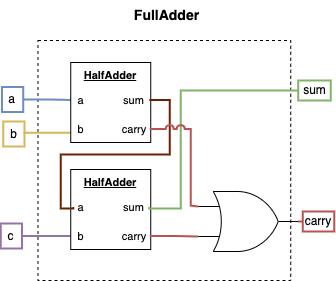
This is course1/project2/diagrams/fulladder.png from pwbrown/nand2tetris, a draw.io export, as it was before one commit. Source tidied: cells renumbered, new cells last; positions are measured from the earlier drawing's top-left corner, leaving out a move shared by most shapes. The source it was exported from:
```xml
<mxGraphModel>
  <root>
    <mxCell id="0" />
    <mxCell id="1" parent="0" />
    <mxCell id="2" value="&lt;font style=&quot;font-size: 14px;&quot;&gt;&lt;b&gt;FullAdder&lt;/b&gt;&lt;/font&gt;" style="text;html=1;align=center;verticalAlign=middle;whiteSpace=wrap;rounded=0;" parent="1" vertex="1">
      <mxGeometry x="119" width="95" height="30" as="geometry" />
    </mxCell>
    <mxCell id="3" style="rounded=0;whiteSpace=wrap;html=1;dashed=1;" parent="1" vertex="1">
      <mxGeometry x="37.5" y="40" width="252.8" height="240" as="geometry" />
    </mxCell>
    <mxCell id="4" style="edgeStyle=orthogonalEdgeStyle;shape=connector;rounded=0;jettySize=auto;html=1;exitX=1;exitY=0.5;exitDx=0;exitDy=0;entryX=0;entryY=0.75;entryDx=0;entryDy=0;strokeColor=#d6b656;align=center;verticalAlign=middle;fontFamily=Helvetica;fontSize=11;fontColor=default;labelBackgroundColor=default;startFill=0;endArrow=none;fillColor=#fff2cc;strokeWidth=2;" parent="1" edge="1" source="5" target="16">
      <mxGeometry relative="1" as="geometry">
        <Array as="points">
          <mxPoint x="24.2" y="132" />
        </Array>
      </mxGeometry>
    </mxCell>
    <mxCell id="5" value="b" style="text;html=1;align=center;verticalAlign=middle;whiteSpace=wrap;rounded=0;fillColor=none;strokeColor=#d6b656;strokeWidth=2;" parent="1" vertex="1">
      <mxGeometry x="2.7" y="121" width="21.2" height="25" as="geometry" />
    </mxCell>
    <mxCell id="6" value="sum" style="text;html=1;align=center;verticalAlign=middle;whiteSpace=wrap;rounded=0;fillColor=none;strokeColor=#82b366;strokeWidth=2;" parent="1" vertex="1">
      <mxGeometry x="297.7" y="80" width="32.5" height="20" as="geometry" />
    </mxCell>
    <mxCell id="7" style="edgeStyle=orthogonalEdgeStyle;shape=connector;rounded=0;orthogonalLoop=1;jettySize=auto;html=1;exitX=1;exitY=0.5;exitDx=0;exitDy=0;exitPerimeter=0;entryX=0;entryY=0.75;entryDx=0;entryDy=0;entryPerimeter=0;strokeColor=default;align=center;verticalAlign=middle;fontFamily=Helvetica;fontSize=11;fontColor=default;labelBackgroundColor=default;startFill=0;endArrow=none;" parent="1" edge="1">
      <mxGeometry relative="1" as="geometry">
        <mxPoint x="186.9" y="75" as="sourcePoint" />
        <mxPoint x="186.9" y="75" as="targetPoint" />
      </mxGeometry>
    </mxCell>
    <mxCell id="8" value="carry" style="text;html=1;align=center;verticalAlign=middle;whiteSpace=wrap;rounded=0;fillColor=none;strokeColor=#b85450;strokeWidth=2;" parent="1" vertex="1">
      <mxGeometry x="302.3" y="211" width="31.5" height="20" as="geometry" />
    </mxCell>
    <mxCell id="9" style="edgeStyle=orthogonalEdgeStyle;shape=connector;rounded=0;jettySize=auto;html=1;exitX=1;exitY=0.5;exitDx=0;exitDy=0;entryX=0;entryY=0.5;entryDx=0;entryDy=0;strokeColor=#6c8ebf;align=center;verticalAlign=middle;fontFamily=Helvetica;fontSize=11;fontColor=default;labelBackgroundColor=default;startFill=0;endArrow=none;fillColor=#dae8fc;strokeWidth=2;" parent="1" edge="1" source="10" target="15">
      <mxGeometry relative="1" as="geometry" />
    </mxCell>
    <mxCell id="10" value="a" style="text;html=1;align=center;verticalAlign=middle;whiteSpace=wrap;rounded=0;fillColor=none;strokeColor=#6c8ebf;strokeWidth=2;" parent="1" vertex="1">
      <mxGeometry x="1.5" y="86.5" width="21.2" height="25" as="geometry" />
    </mxCell>
    <mxCell id="11" style="edgeStyle=orthogonalEdgeStyle;shape=connector;rounded=0;jettySize=auto;html=1;exitX=1;exitY=0.5;exitDx=0;exitDy=0;entryX=0;entryY=0.5;entryDx=0;entryDy=0;strokeColor=#9673a6;align=center;verticalAlign=middle;fontFamily=Helvetica;fontSize=11;fontColor=default;labelBackgroundColor=default;startFill=0;endArrow=none;fillColor=#e1d5e7;strokeWidth=2;" parent="1" edge="1" source="12" target="22">
      <mxGeometry relative="1" as="geometry" />
    </mxCell>
    <mxCell id="12" value="c" style="text;html=1;align=center;verticalAlign=middle;whiteSpace=wrap;rounded=0;fillColor=none;strokeColor=#9673a6;strokeWidth=2;" parent="1" vertex="1">
      <mxGeometry x="0.2" y="223" width="21.2" height="25" as="geometry" />
    </mxCell>
    <mxCell id="13" style="group;fontFamily=Helvetica;fontSize=11;fontColor=default;labelBackgroundColor=default;" parent="1" vertex="1">
      <mxGeometry x="70.2" y="62" width="80" height="80" as="geometry" />
    </mxCell>
    <mxCell id="14" value="&lt;b&gt;&lt;u&gt;HalfAdder&lt;/u&gt;&lt;/b&gt;" style="whiteSpace=wrap;html=1;fontFamily=Helvetica;fontSize=11;fontColor=default;labelBackgroundColor=default;verticalAlign=top;" parent="13" vertex="1">
      <mxGeometry width="80" height="80" as="geometry" />
    </mxCell>
    <mxCell id="15" value="a" style="text;html=1;align=center;verticalAlign=middle;whiteSpace=wrap;rounded=0;fontFamily=Helvetica;fontSize=11;fontColor=default;labelBackgroundColor=default;" parent="13" vertex="1">
      <mxGeometry x="2.5" y="30" width="14.9" height="15" as="geometry" />
    </mxCell>
    <mxCell id="16" value="b" style="text;html=1;align=center;verticalAlign=middle;whiteSpace=wrap;rounded=0;fontFamily=Helvetica;fontSize=11;fontColor=default;labelBackgroundColor=default;" parent="13" vertex="1">
      <mxGeometry x="2.5" y="59" width="14.9" height="15" as="geometry" />
    </mxCell>
    <mxCell id="17" value="carry" style="text;html=1;align=center;verticalAlign=middle;whiteSpace=wrap;rounded=0;fontFamily=Helvetica;fontSize=11;fontColor=default;labelBackgroundColor=default;" parent="13" vertex="1">
      <mxGeometry x="49" y="59" width="30" height="15" as="geometry" />
    </mxCell>
    <mxCell id="18" value="sum" style="text;html=1;align=center;verticalAlign=middle;whiteSpace=wrap;rounded=0;fontFamily=Helvetica;fontSize=11;fontColor=default;labelBackgroundColor=default;" parent="13" vertex="1">
      <mxGeometry x="48" y="30" width="30.6" height="15" as="geometry" />
    </mxCell>
    <mxCell id="19" style="group;fontFamily=Helvetica;fontSize=11;fontColor=default;labelBackgroundColor=default;" parent="1" vertex="1">
      <mxGeometry x="70.2" y="169" width="80" height="80" as="geometry" />
    </mxCell>
    <mxCell id="20" value="&lt;b&gt;&lt;u&gt;HalfAdder&lt;/u&gt;&lt;/b&gt;" style="whiteSpace=wrap;html=1;fontFamily=Helvetica;fontSize=11;fontColor=default;labelBackgroundColor=default;verticalAlign=top;" parent="19" vertex="1">
      <mxGeometry width="80" height="80" as="geometry" />
    </mxCell>
    <mxCell id="21" value="a" style="text;html=1;align=center;verticalAlign=middle;whiteSpace=wrap;rounded=0;fontFamily=Helvetica;fontSize=11;fontColor=default;labelBackgroundColor=default;" parent="19" vertex="1">
      <mxGeometry x="2.5" y="30" width="14.9" height="15" as="geometry" />
    </mxCell>
    <mxCell id="22" value="b" style="text;html=1;align=center;verticalAlign=middle;whiteSpace=wrap;rounded=0;fontFamily=Helvetica;fontSize=11;fontColor=default;labelBackgroundColor=default;" parent="19" vertex="1">
      <mxGeometry x="2.5" y="59" width="14.9" height="15" as="geometry" />
    </mxCell>
    <mxCell id="23" value="carry" style="text;html=1;align=center;verticalAlign=middle;whiteSpace=wrap;rounded=0;fontFamily=Helvetica;fontSize=11;fontColor=default;labelBackgroundColor=default;" parent="19" vertex="1">
      <mxGeometry x="49" y="59" width="30" height="15" as="geometry" />
    </mxCell>
    <mxCell id="24" value="sum" style="text;html=1;align=center;verticalAlign=middle;whiteSpace=wrap;rounded=0;fontFamily=Helvetica;fontSize=11;fontColor=default;labelBackgroundColor=default;" parent="19" vertex="1">
      <mxGeometry x="48" y="30" width="30.6" height="15" as="geometry" />
    </mxCell>
    <mxCell id="25" style="edgeStyle=orthogonalEdgeStyle;shape=connector;rounded=0;jettySize=auto;html=1;exitX=1;exitY=0.5;exitDx=0;exitDy=0;entryX=0;entryY=0.5;entryDx=0;entryDy=0;strokeColor=#6D1F00;align=center;verticalAlign=middle;fontFamily=Helvetica;fontSize=11;fontColor=default;labelBackgroundColor=default;startFill=0;endArrow=none;fillColor=#a0522d;strokeWidth=2;" parent="1" edge="1" source="18" target="21">
      <mxGeometry relative="1" as="geometry">
        <Array as="points">
          <mxPoint x="169.2" y="100" />
          <mxPoint x="169.2" y="154" />
          <mxPoint x="60.2" y="154" />
          <mxPoint x="60.2" y="208" />
        </Array>
      </mxGeometry>
    </mxCell>
    <mxCell id="26" style="edgeStyle=orthogonalEdgeStyle;shape=connector;rounded=0;jettySize=auto;html=1;exitX=1;exitY=0.5;exitDx=0;exitDy=0;entryX=0;entryY=0.5;entryDx=0;entryDy=0;strokeColor=#82b366;align=center;verticalAlign=middle;fontFamily=Helvetica;fontSize=11;fontColor=default;labelBackgroundColor=default;startFill=0;endArrow=none;fillColor=#d5e8d4;strokeWidth=2;" parent="1" edge="1" source="24" target="6">
      <mxGeometry relative="1" as="geometry">
        <Array as="points">
          <mxPoint x="149.2" y="208" />
          <mxPoint x="180.2" y="208" />
          <mxPoint x="180.2" y="90" />
        </Array>
      </mxGeometry>
    </mxCell>
    <mxCell id="27" style="edgeStyle=orthogonalEdgeStyle;shape=connector;rounded=0;jettySize=auto;html=1;exitX=1;exitY=0.5;exitDx=0;exitDy=0;exitPerimeter=0;entryX=0;entryY=0.5;entryDx=0;entryDy=0;strokeColor=#b85450;align=center;verticalAlign=middle;fontFamily=Helvetica;fontSize=11;fontColor=default;labelBackgroundColor=default;startFill=0;endArrow=none;fillColor=#f8cecc;strokeWidth=2;" parent="1" edge="1" source="28" target="8">
      <mxGeometry relative="1" as="geometry" />
    </mxCell>
    <mxCell id="28" style="verticalLabelPosition=bottom;shadow=0;dashed=0;align=center;html=1;verticalAlign=top;shape=mxgraph.electrical.logic_gates.logic_gate;operation=or;fontFamily=Helvetica;fontSize=11;fontColor=default;labelBackgroundColor=default;" parent="1" vertex="1">
      <mxGeometry x="197.7" y="191" width="100" height="60" as="geometry" />
    </mxCell>
    <mxCell id="29" style="edgeStyle=orthogonalEdgeStyle;shape=connector;rounded=0;jettySize=auto;html=1;exitX=1;exitY=0.5;exitDx=0;exitDy=0;entryX=0;entryY=0.75;entryDx=0;entryDy=0;entryPerimeter=0;strokeColor=#b85450;align=center;verticalAlign=middle;fontFamily=Helvetica;fontSize=11;fontColor=default;labelBackgroundColor=default;startFill=0;endArrow=none;fillColor=#f8cecc;strokeWidth=2;" parent="1" edge="1" source="23" target="28">
      <mxGeometry relative="1" as="geometry" />
    </mxCell>
    <mxCell id="30" style="edgeStyle=orthogonalEdgeStyle;shape=connector;rounded=0;jettySize=auto;html=1;exitX=1;exitY=0.5;exitDx=0;exitDy=0;entryX=0;entryY=0.25;entryDx=0;entryDy=0;entryPerimeter=0;strokeColor=#b85450;align=center;verticalAlign=middle;fontFamily=Helvetica;fontSize=11;fontColor=default;labelBackgroundColor=default;startFill=0;endArrow=none;jumpStyle=arc;fillColor=#f8cecc;strokeWidth=2;" parent="1" edge="1" source="17" target="28">
      <mxGeometry relative="1" as="geometry">
        <Array as="points">
          <mxPoint x="190.2" y="129" />
          <mxPoint x="190.2" y="205" />
        </Array>
      </mxGeometry>
    </mxCell>
  </root>
</mxGraphModel>
```
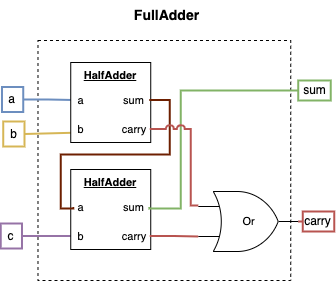
After the commit.

The edit, as a diff of the source:
```diff
@@ -100,7 +100,7 @@
     <mxCell id="27" style="edgeStyle=orthogonalEdgeStyle;shape=connector;rounded=0;jettySize=auto;html=1;exitX=1;exitY=0.5;exitDx=0;exitDy=0;exitPerimeter=0;entryX=0;entryY=0.5;entryDx=0;entryDy=0;strokeColor=#b85450;align=center;verticalAlign=middle;fontFamily=Helvetica;fontSize=11;fontColor=default;labelBackgroundColor=default;startFill=0;endArrow=none;fillColor=#f8cecc;strokeWidth=2;" parent="1" edge="1" source="28" target="8">
       <mxGeometry relative="1" as="geometry" />
     </mxCell>
-    <mxCell id="28" style="verticalLabelPosition=bottom;shadow=0;dashed=0;align=center;html=1;verticalAlign=top;shape=mxgraph.electrical.logic_gates.logic_gate;operation=or;fontFamily=Helvetica;fontSize=11;fontColor=default;labelBackgroundColor=default;" parent="1" vertex="1">
+    <mxCell id="28" value="Or" style="verticalLabelPosition=middle;shadow=0;dashed=0;align=center;html=1;verticalAlign=middle;shape=mxgraph.electrical.logic_gates.logic_gate;operation=or;fontFamily=Helvetica;fontSize=11;fontColor=default;labelBackgroundColor=default;labelPosition=center;" parent="1" vertex="1">
       <mxGeometry x="197.7" y="191" width="100" height="60" as="geometry" />
     </mxCell>
     <mxCell id="29" style="edgeStyle=orthogonalEdgeStyle;shape=connector;rounded=0;jettySize=auto;html=1;exitX=1;exitY=0.5;exitDx=0;exitDy=0;entryX=0;entryY=0.75;entryDx=0;entryDy=0;entryPerimeter=0;strokeColor=#b85450;align=center;verticalAlign=middle;fontFamily=Helvetica;fontSize=11;fontColor=default;labelBackgroundColor=default;startFill=0;endArrow=none;fillColor=#f8cecc;strokeWidth=2;" parent="1" edge="1" source="23" target="28">
```
